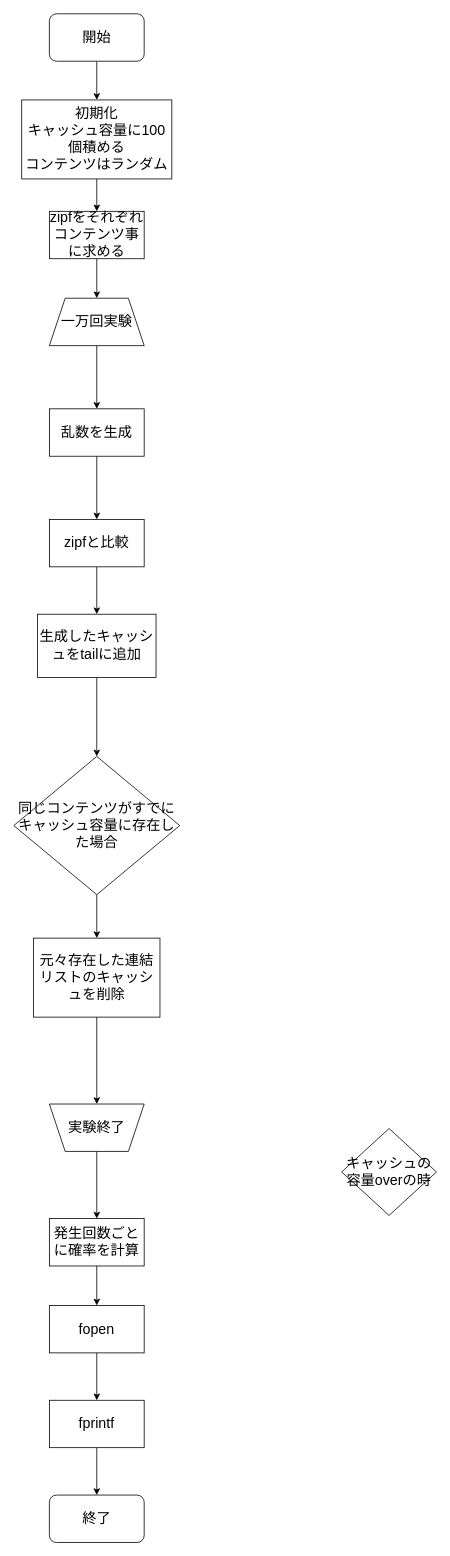
Above: kadaiS7/LRU.drawio in hane0817/3kaiAkiSimulator (draw.io), before the change. Source tidied: cells renumbered, new cells numbered last; positions are measured from the earlier drawing's top-left corner, leaving out a move shared by most shapes. Both pictures are drawn from the tidied source at 79%, with x=0, y=0 at pixel (13, 13).
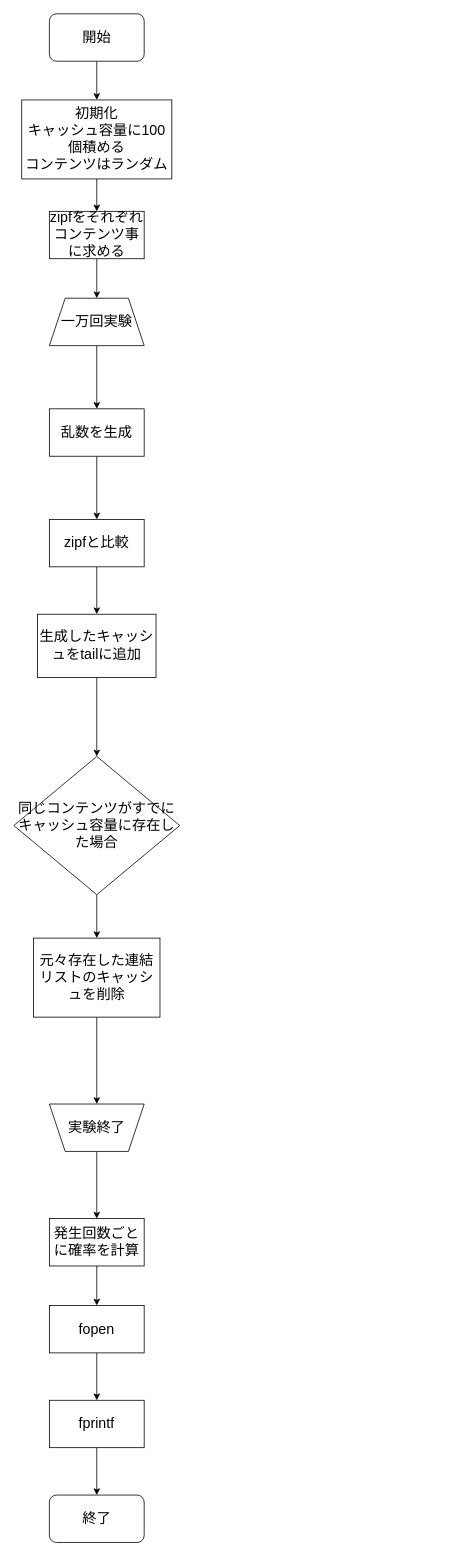
The same diagram, later.

What changed in the source:
```diff
@@
-    <mxCell id="8" value="キャッシュの容量overの時" style="rhombus;whiteSpace=wrap;html=1;fontSize=18;rounded=0;" parent="1" vertex="1">
-      <mxGeometry x="415" y="1411" width="120" height="110" as="geometry" />
-    </mxCell>
```
